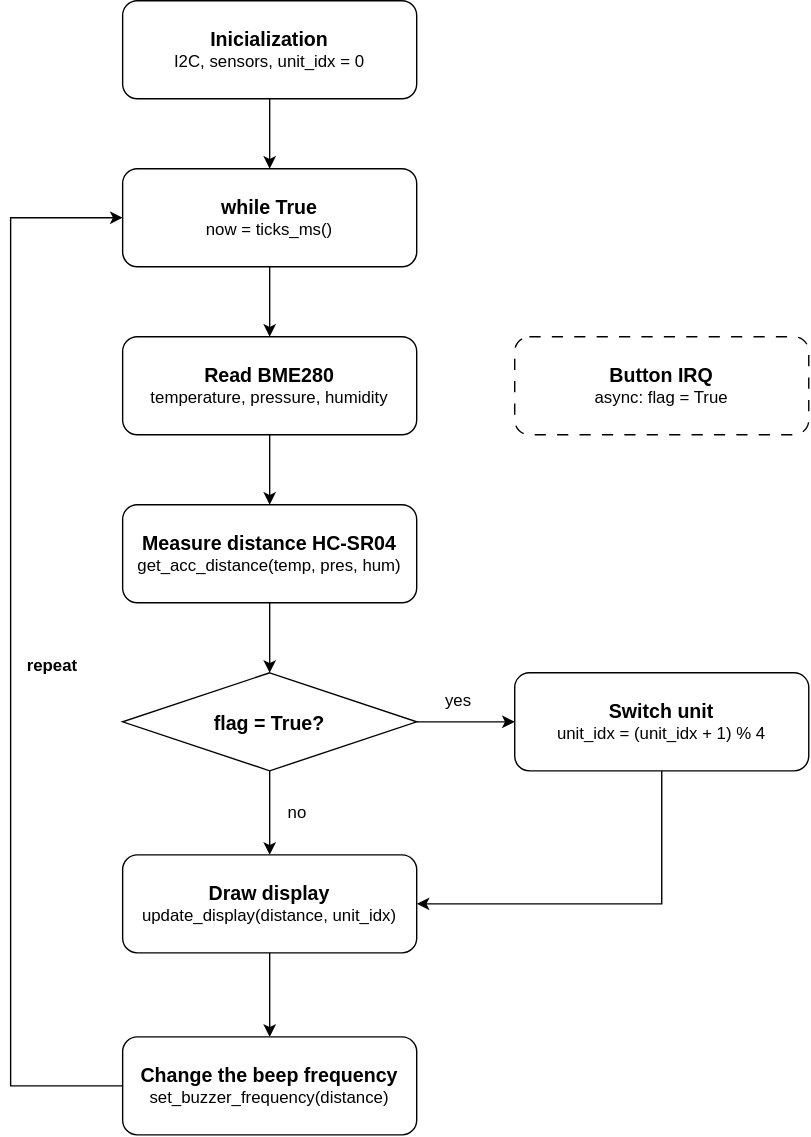
dave-xxx/Ultrasonic-distance-instrument keeps this draw.io diagram as main-program-flowchart-v1.0.svg. Above is the earlier version. Source tidied: cells renumbered, new cells last; positions are measured from the earlier drawing's top-left corner, leaving out a move shared by most shapes. The source it was exported from:
```xml
<mxGraphModel>
  <root>
    <mxCell id="0" />
    <mxCell id="1" parent="0" />
    <mxCell id="2" style="edgeStyle=orthogonalEdgeStyle;curved=1;rounded=0;curveGeometry=1;jettySize=auto;html=1;exitX=0.5;exitY=1;exitDx=0;exitDy=0;entryX=0.5;entryY=0;entryDx=0;entryDy=0;defaultLabelBackgroundColor=page;elbow=vertical;" parent="1" edge="1" source="3" target="5">
      <mxGeometry relative="1" as="geometry" />
    </mxCell>
    <mxCell id="3" value="&lt;font style=&quot;font-size: 14px;&quot;&gt;&lt;b&gt;Inicialization&lt;/b&gt;&lt;/font&gt;&lt;div&gt;I2C, sensors, unit_idx = 0&lt;/div&gt;" style="rounded=1;whiteSpace=wrap;html=1;roundedPerimeter=1;fillStyle=solid;fillColor=light-dark(#FFFFFF,#3E3E3E);" parent="1" vertex="1">
      <mxGeometry x="80" width="210" height="70" as="geometry" />
    </mxCell>
    <mxCell id="4" style="edgeStyle=orthogonalEdgeStyle;curved=1;rounded=0;curveGeometry=1;jettySize=auto;html=1;exitX=0.5;exitY=1;exitDx=0;exitDy=0;entryX=0.5;entryY=0;entryDx=0;entryDy=0;defaultLabelBackgroundColor=page;elbow=vertical;" parent="1" edge="1" source="5" target="7">
      <mxGeometry relative="1" as="geometry" />
    </mxCell>
    <mxCell id="5" value="&lt;font style=&quot;font-size: 14px;&quot;&gt;&lt;b&gt;while True&lt;/b&gt;&lt;/font&gt;&lt;div&gt;now = ticks_ms()&lt;/div&gt;" style="rounded=1;whiteSpace=wrap;html=1;roundedPerimeter=1;fillStyle=solid;fillColor=light-dark(#FFFFFF,#3E3E3E);" parent="1" vertex="1">
      <mxGeometry x="80" y="120" width="210" height="70" as="geometry" />
    </mxCell>
    <mxCell id="6" style="edgeStyle=orthogonalEdgeStyle;curved=1;rounded=0;curveGeometry=1;jettySize=auto;html=1;exitX=0.5;exitY=1;exitDx=0;exitDy=0;entryX=0.5;entryY=0;entryDx=0;entryDy=0;defaultLabelBackgroundColor=page;elbow=vertical;" parent="1" edge="1" source="7" target="9">
      <mxGeometry relative="1" as="geometry" />
    </mxCell>
    <mxCell id="7" value="&lt;span style=&quot;font-size: 14px;&quot;&gt;&lt;b&gt;Read BME280&lt;/b&gt;&lt;/span&gt;&lt;br&gt;&lt;div&gt;temperature, pressure, humidity&lt;/div&gt;" style="rounded=1;whiteSpace=wrap;html=1;roundedPerimeter=1;fillStyle=solid;fillColor=light-dark(#FFFFFF,#006633);" parent="1" vertex="1">
      <mxGeometry x="80" y="240" width="210" height="70" as="geometry" />
    </mxCell>
    <mxCell id="8" style="edgeStyle=orthogonalEdgeStyle;curved=1;rounded=0;curveGeometry=1;jettySize=auto;html=1;exitX=0.5;exitY=1;exitDx=0;exitDy=0;entryX=0.5;entryY=0;entryDx=0;entryDy=0;defaultLabelBackgroundColor=page;elbow=vertical;" parent="1" edge="1" source="9" target="12">
      <mxGeometry relative="1" as="geometry" />
    </mxCell>
    <mxCell id="9" value="&lt;span style=&quot;font-size: 14px;&quot;&gt;&lt;b&gt;Measure distance HC-SR04&lt;/b&gt;&lt;/span&gt;&lt;br&gt;&lt;div&gt;get_acc_distance(temp, pres, hum)&lt;/div&gt;" style="rounded=1;whiteSpace=wrap;html=1;roundedPerimeter=1;fillStyle=solid;fillColor=light-dark(#FFFFFF,#006633);" parent="1" vertex="1">
      <mxGeometry x="80" y="360" width="210" height="70" as="geometry" />
    </mxCell>
    <mxCell id="10" style="edgeStyle=orthogonalEdgeStyle;curved=1;rounded=0;curveGeometry=1;jettySize=auto;html=1;exitX=1;exitY=0.5;exitDx=0;exitDy=0;entryX=0;entryY=0.5;entryDx=0;entryDy=0;defaultLabelBackgroundColor=page;elbow=vertical;" parent="1" edge="1" source="12" target="14">
      <mxGeometry relative="1" as="geometry" />
    </mxCell>
    <mxCell id="11" style="edgeStyle=orthogonalEdgeStyle;curved=1;rounded=0;curveGeometry=1;jettySize=auto;html=1;exitX=0.5;exitY=1;exitDx=0;exitDy=0;entryX=0.5;entryY=0;entryDx=0;entryDy=0;defaultLabelBackgroundColor=page;elbow=vertical;" parent="1" edge="1" source="12" target="16">
      <mxGeometry relative="1" as="geometry" />
    </mxCell>
    <mxCell id="12" value="flag = True?" style="rhombus;whiteSpace=wrap;html=1;shapeInside=1;fillStyle=solid;fillColor=light-dark(#FFFFFF,#000099);fontSize=14;fontStyle=1;" parent="1" vertex="1">
      <mxGeometry x="80" y="480" width="210" height="70" as="geometry" />
    </mxCell>
    <mxCell id="13" style="edgeStyle=orthogonalEdgeStyle;curved=0;rounded=0;jettySize=auto;html=1;exitX=0.5;exitY=1;exitDx=0;exitDy=0;entryX=1;entryY=0.5;entryDx=0;entryDy=0;defaultLabelBackgroundColor=page;elbow=vertical;" parent="1" edge="1" source="14" target="16">
      <mxGeometry relative="1" as="geometry" />
    </mxCell>
    <mxCell id="14" value="&lt;span style=&quot;font-size: 14px;&quot;&gt;&lt;b&gt;Switch unit&lt;/b&gt;&lt;/span&gt;&lt;br&gt;&lt;div&gt;unit_idx = (unit_idx + 1) % 4&lt;/div&gt;" style="rounded=1;whiteSpace=wrap;html=1;roundedPerimeter=1;fillStyle=solid;fillColor=light-dark(#FFFFFF,#000099);" parent="1" vertex="1">
      <mxGeometry x="360" y="480" width="210" height="70" as="geometry" />
    </mxCell>
    <mxCell id="15" style="edgeStyle=orthogonalEdgeStyle;curved=1;rounded=0;curveGeometry=1;jettySize=auto;html=1;exitX=0.5;exitY=1;exitDx=0;exitDy=0;entryX=0.5;entryY=0;entryDx=0;entryDy=0;defaultLabelBackgroundColor=page;elbow=vertical;" parent="1" edge="1" source="16" target="18">
      <mxGeometry relative="1" as="geometry" />
    </mxCell>
    <mxCell id="16" value="&lt;span style=&quot;font-size: 14px;&quot;&gt;&lt;b&gt;Draw display&lt;/b&gt;&lt;/span&gt;&lt;br&gt;&lt;div&gt;update_display(distance, unit_idx)&lt;/div&gt;" style="rounded=1;whiteSpace=wrap;html=1;roundedPerimeter=1;fillStyle=solid;fillColor=light-dark(#FFFFFF,#006633);" parent="1" vertex="1">
      <mxGeometry x="80" y="610" width="210" height="70" as="geometry" />
    </mxCell>
    <mxCell id="17" style="edgeStyle=orthogonalEdgeStyle;curved=0;rounded=0;jettySize=auto;html=1;exitX=0;exitY=0.5;exitDx=0;exitDy=0;entryX=0;entryY=0.5;entryDx=0;entryDy=0;defaultLabelBackgroundColor=page;elbow=vertical;" parent="1" edge="1" source="18" target="5">
      <mxGeometry relative="1" as="geometry">
        <Array as="points">
          <mxPoint y="775" />
          <mxPoint y="155" />
        </Array>
      </mxGeometry>
    </mxCell>
    <mxCell id="18" value="&lt;span style=&quot;font-size: 14px;&quot;&gt;&lt;b&gt;Change the beep frequency&lt;/b&gt;&lt;/span&gt;&lt;br&gt;&lt;div&gt;set_buzzer_frequency(distance)&lt;/div&gt;" style="rounded=1;whiteSpace=wrap;html=1;roundedPerimeter=1;fillStyle=solid;fillColor=light-dark(#FFFFFF,#006633);" parent="1" vertex="1">
      <mxGeometry x="80" y="740" width="210" height="70" as="geometry" />
    </mxCell>
    <mxCell id="19" value="&lt;b&gt;repeat&lt;/b&gt;" style="text;html=1;whiteSpace=wrap;strokeColor=none;fillColor=none;align=center;verticalAlign=middle;rounded=0;" parent="1" vertex="1">
      <mxGeometry y="460" width="60" height="30" as="geometry" />
    </mxCell>
    <mxCell id="20" value="&lt;span style=&quot;font-size: 14px;&quot;&gt;&lt;b&gt;Button IRQ&lt;/b&gt;&lt;/span&gt;&lt;br&gt;&lt;div&gt;async: flag = True&lt;/div&gt;" style="rounded=1;whiteSpace=wrap;html=1;roundedPerimeter=1;fillStyle=solid;fillColor=light-dark(#FFFFFF,#000099);dashed=1;dashPattern=8 8;" parent="1" vertex="1">
      <mxGeometry x="360" y="240" width="210" height="70" as="geometry" />
    </mxCell>
    <mxCell id="21" value="yes" style="text;html=1;whiteSpace=wrap;strokeColor=none;fillColor=none;align=center;verticalAlign=middle;rounded=0;" parent="1" vertex="1">
      <mxGeometry x="290" y="490" width="60" height="20" as="geometry" />
    </mxCell>
    <mxCell id="22" value="no" style="text;html=1;whiteSpace=wrap;strokeColor=none;fillColor=none;align=center;verticalAlign=middle;rounded=0;" parent="1" vertex="1">
      <mxGeometry x="190" y="570" width="30" height="20" as="geometry" />
    </mxCell>
  </root>
</mxGraphModel>
```
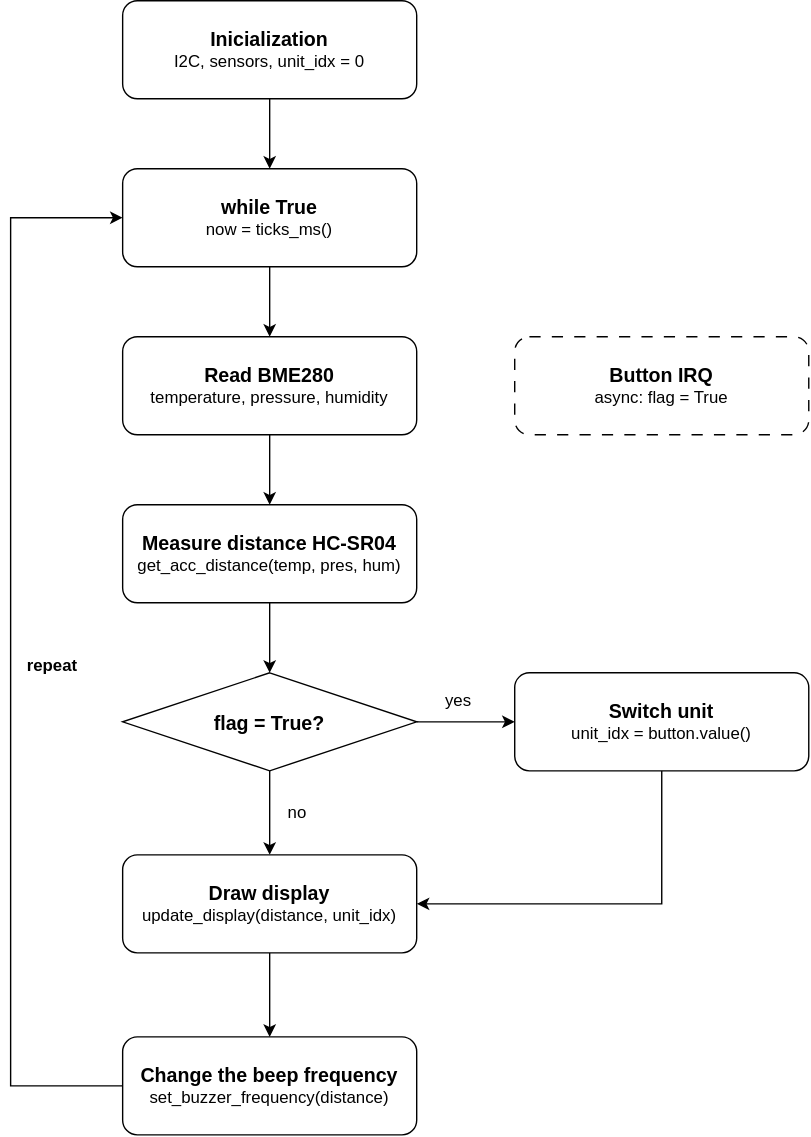
The same file after the commit.

Diff of the diagram source:
```diff
@@ -38,7 +38,7 @@
     <mxCell id="13" style="edgeStyle=orthogonalEdgeStyle;curved=0;rounded=0;jettySize=auto;html=1;exitX=0.5;exitY=1;exitDx=0;exitDy=0;entryX=1;entryY=0.5;entryDx=0;entryDy=0;defaultLabelBackgroundColor=page;elbow=vertical;" parent="1" edge="1" source="14" target="16">
       <mxGeometry relative="1" as="geometry" />
     </mxCell>
-    <mxCell id="14" value="&lt;span style=&quot;font-size: 14px;&quot;&gt;&lt;b&gt;Switch unit&lt;/b&gt;&lt;/span&gt;&lt;br&gt;&lt;div&gt;unit_idx = (unit_idx + 1) % 4&lt;/div&gt;" style="rounded=1;whiteSpace=wrap;html=1;roundedPerimeter=1;fillStyle=solid;fillColor=light-dark(#FFFFFF,#000099);" parent="1" vertex="1">
+    <mxCell id="14" value="&lt;span style=&quot;font-size: 14px;&quot;&gt;&lt;b&gt;Switch unit&lt;/b&gt;&lt;/span&gt;&lt;br&gt;&lt;div&gt;unit_idx = button.value()&lt;/div&gt;" style="rounded=1;whiteSpace=wrap;html=1;roundedPerimeter=1;fillStyle=solid;fillColor=light-dark(#FFFFFF,#000099);" parent="1" vertex="1">
       <mxGeometry x="360" y="480" width="210" height="70" as="geometry" />
     </mxCell>
     <mxCell id="15" style="edgeStyle=orthogonalEdgeStyle;curved=1;rounded=0;curveGeometry=1;jettySize=auto;html=1;exitX=0.5;exitY=1;exitDx=0;exitDy=0;entryX=0.5;entryY=0;entryDx=0;entryDy=0;defaultLabelBackgroundColor=page;elbow=vertical;" parent="1" edge="1" source="16" target="18">
```
